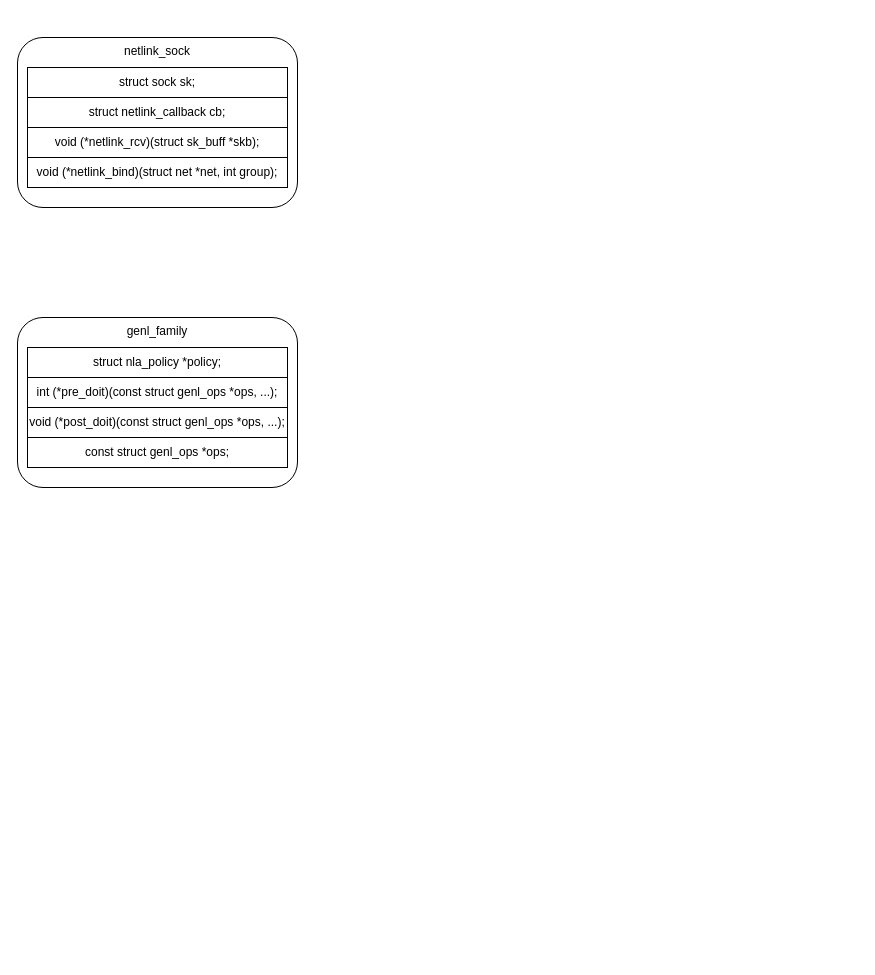
This is page "socket数据结构" (1 of 3) of Netlink.drawio from Aspiresky/draw.io, a draw.io file, before an edit. Source tidied: cells renumbered, new cells numbered last; positions are measured from the earlier drawing's top-left corner, leaving out a move shared by most shapes. Both pictures are drawn from the tidied source at 100%, with x=0, y=0 at pixel (17, 37).
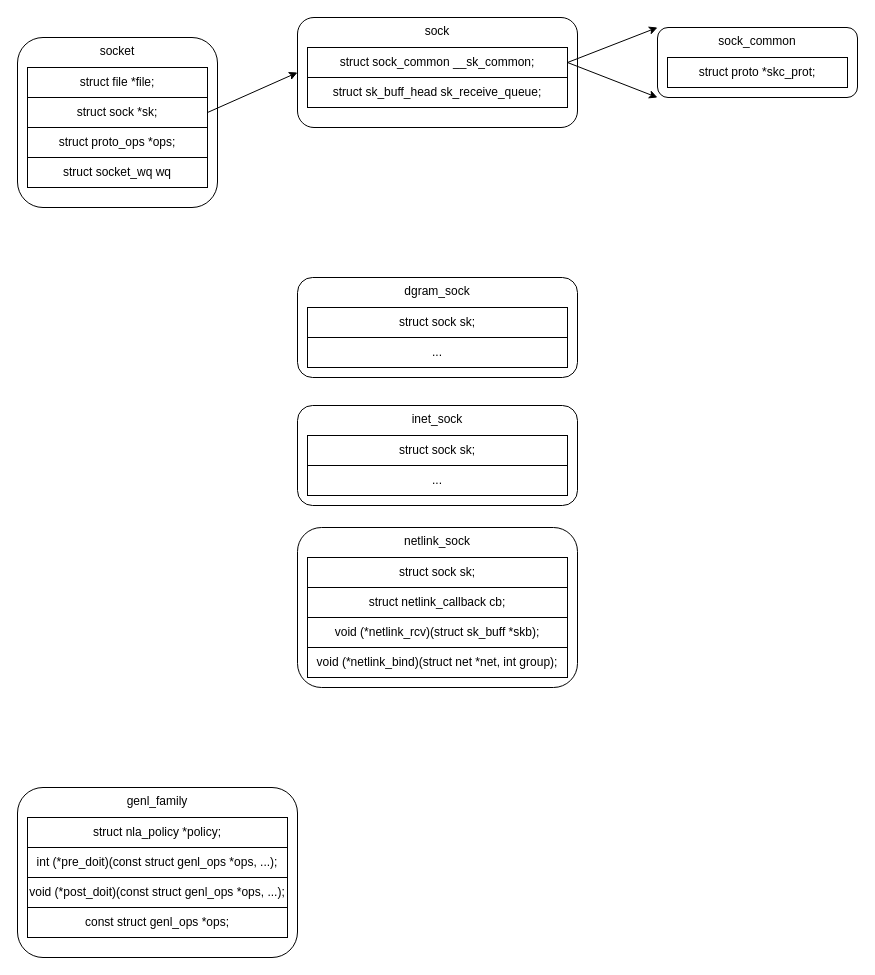
The same page after the edit.

Change to the diagram source:
```diff
@@
     <mxCell id="2" value="netlink_sock" style="rounded=1;whiteSpace=wrap;html=1;verticalAlign=top;" parent="1" vertex="1">
-      <mxGeometry width="280" height="170" as="geometry" />
+      <mxGeometry x="280" y="490" width="280" height="160" as="geometry" />
     </mxCell>
     <mxCell id="3" value="struct sock sk;" style="rounded=0;whiteSpace=wrap;html=1;" parent="1" vertex="1">
-      <mxGeometry x="10" y="30" width="260" height="30" as="geometry" />
+      <mxGeometry x="290" y="520" width="260" height="30" as="geometry" />
     </mxCell>
     <mxCell id="4" value="struct netlink_callback cb;" style="rounded=0;whiteSpace=wrap;html=1;" parent="1" vertex="1">
-      <mxGeometry x="10" y="60" width="260" height="30" as="geometry" />
+      <mxGeometry x="290" y="550" width="260" height="30" as="geometry" />
     </mxCell>
     <mxCell id="5" value="void (*netlink_rcv)(struct sk_buff *skb);" style="rounded=0;whiteSpace=wrap;html=1;" parent="1" vertex="1">
-      <mxGeometry x="10" y="90" width="260" height="30" as="geometry" />
+      <mxGeometry x="290" y="580" width="260" height="30" as="geometry" />
     </mxCell>
     <mxCell id="6" value="void (*netlink_bind)(struct net *net, int group);" style="rounded=0;whiteSpace=wrap;html=1;" parent="1" vertex="1">
-      <mxGeometry x="10" y="120" width="260" height="30" as="geometry" />
+      <mxGeometry x="290" y="610" width="260" height="30" as="geometry" />
     </mxCell>
     <mxCell id="7" value="genl_family" style="rounded=1;whiteSpace=wrap;html=1;verticalAlign=top;" parent="1" vertex="1">
-      <mxGeometry y="280" width="280" height="170" as="geometry" />
+      <mxGeometry y="750" width="280" height="170" as="geometry" />
     </mxCell>
     <mxCell id="8" value="struct nla_policy *policy;" style="rounded=0;whiteSpace=wrap;html=1;" parent="1" vertex="1">
-      <mxGeometry x="10" y="310" width="260" height="30" as="geometry" />
+      <mxGeometry x="10" y="780" width="260" height="30" as="geometry" />
     </mxCell>
     <mxCell id="9" value="int (*pre_doit)(const struct genl_ops *ops, ...);" style="rounded=0;whiteSpace=wrap;html=1;" parent="1" vertex="1">
-      <mxGeometry x="10" y="340" width="260" height="30" as="geometry" />
+      <mxGeometry x="10" y="810" width="260" height="30" as="geometry" />
     </mxCell>
     <mxCell id="10" value="void (*post_doit)(const struct genl_ops *ops, ...);" style="rounded=0;whiteSpace=wrap;html=1;" parent="1" vertex="1">
-      <mxGeometry x="10" y="370" width="260" height="30" as="geometry" />
+      <mxGeometry x="10" y="840" width="260" height="30" as="geometry" />
     </mxCell>
     <mxCell id="11" value="const struct genl_ops *ops;" style="rounded=0;whiteSpace=wrap;html=1;" parent="1" vertex="1">
-      <mxGeometry x="10" y="400" width="260" height="30" as="geometry" />
+      <mxGeometry x="10" y="870" width="260" height="30" as="geometry" />
     </mxCell>
+    <mxCell id="12" value="socket" style="rounded=1;whiteSpace=wrap;html=1;verticalAlign=top;" parent="1" vertex="1">
+      <mxGeometry width="200" height="170" as="geometry" />
+    </mxCell>
+    <mxCell id="13" value="struct file *file;" style="rounded=0;whiteSpace=wrap;html=1;" parent="1" vertex="1">
+      <mxGeometry x="10" y="30" width="180" height="30" as="geometry" />
+    </mxCell>
+    <mxCell id="14" style="edgeStyle=none;rounded=0;jettySize=auto;html=1;exitX=1;exitY=0.5;exitDx=0;exitDy=0;entryX=0;entryY=0.5;entryDx=0;entryDy=0;" parent="1" edge="1" source="15" target="18">
+      <mxGeometry relative="1" as="geometry" />
+    </mxCell>
+    <mxCell id="15" value="struct sock *sk;" style="rounded=0;whiteSpace=wrap;html=1;" parent="1" vertex="1">
+      <mxGeometry x="10" y="60" width="180" height="30" as="geometry" />
+    </mxCell>
+    <mxCell id="16" value="struct proto_ops *ops;" style="rounded=0;whiteSpace=wrap;html=1;" parent="1" vertex="1">
+      <mxGeometry x="10" y="90" width="180" height="30" as="geometry" />
+    </mxCell>
+    <mxCell id="17" value="struct socket_wq wq" style="rounded=0;whiteSpace=wrap;html=1;" parent="1" vertex="1">
+      <mxGeometry x="10" y="120" width="180" height="30" as="geometry" />
+    </mxCell>
+    <mxCell id="18" value="sock" style="rounded=1;whiteSpace=wrap;html=1;verticalAlign=top;" parent="1" vertex="1">
+      <mxGeometry x="280" y="-20" width="280" height="110" as="geometry" />
+    </mxCell>
+    <mxCell id="19" style="edgeStyle=none;rounded=0;jettySize=auto;html=1;exitX=1;exitY=0.5;exitDx=0;exitDy=0;entryX=0;entryY=0;entryDx=0;entryDy=0;" parent="1" edge="1" source="21" target="23">
+      <mxGeometry relative="1" as="geometry" />
+    </mxCell>
+    <mxCell id="20" style="edgeStyle=none;rounded=0;jettySize=auto;html=1;exitX=1;exitY=0.5;exitDx=0;exitDy=0;entryX=0;entryY=1;entryDx=0;entryDy=0;" parent="1" edge="1" source="21" target="23">
+      <mxGeometry relative="1" as="geometry" />
+    </mxCell>
+    <mxCell id="21" value="struct sock_common&#9;__sk_common;" style="rounded=0;whiteSpace=wrap;html=1;" parent="1" vertex="1">
+      <mxGeometry x="290" y="10" width="260" height="30" as="geometry" />
+    </mxCell>
+    <mxCell id="22" value="struct sk_buff_head&#9;sk_receive_queue;" style="rounded=0;whiteSpace=wrap;html=1;" parent="1" vertex="1">
+      <mxGeometry x="290" y="40" width="260" height="30" as="geometry" />
+    </mxCell>
+    <mxCell id="23" value="sock_common" style="rounded=1;whiteSpace=wrap;html=1;verticalAlign=top;" parent="1" vertex="1">
+      <mxGeometry x="640" y="-10" width="200" height="70" as="geometry" />
+    </mxCell>
+    <mxCell id="24" value="struct proto&#9;&#9;*skc_prot;" style="rounded=0;whiteSpace=wrap;html=1;" parent="1" vertex="1">
+      <mxGeometry x="650" y="20" width="180" height="30" as="geometry" />
+    </mxCell>
+    <mxCell id="25" value="inet_sock" style="rounded=1;whiteSpace=wrap;html=1;verticalAlign=top;" parent="1" vertex="1">
+      <mxGeometry x="280" y="368" width="280" height="100" as="geometry" />
+    </mxCell>
+    <mxCell id="26" value="struct sock sk;" style="rounded=0;whiteSpace=wrap;html=1;" parent="1" vertex="1">
+      <mxGeometry x="290" y="398" width="260" height="30" as="geometry" />
+    </mxCell>
+    <mxCell id="27" value="..." style="rounded=0;whiteSpace=wrap;html=1;" parent="1" vertex="1">
+      <mxGeometry x="290" y="428" width="260" height="30" as="geometry" />
+    </mxCell>
+    <mxCell id="28" value="dgram_sock" style="rounded=1;whiteSpace=wrap;html=1;verticalAlign=top;" parent="1" vertex="1">
+      <mxGeometry x="280" y="240" width="280" height="100" as="geometry" />
+    </mxCell>
+    <mxCell id="29" value="struct sock sk;" style="rounded=0;whiteSpace=wrap;html=1;" parent="1" vertex="1">
+      <mxGeometry x="290" y="270" width="260" height="30" as="geometry" />
+    </mxCell>
+    <mxCell id="30" value="..." style="rounded=0;whiteSpace=wrap;html=1;" parent="1" vertex="1">
+      <mxGeometry x="290" y="300" width="260" height="30" as="geometry" />
+    </mxCell>
```
